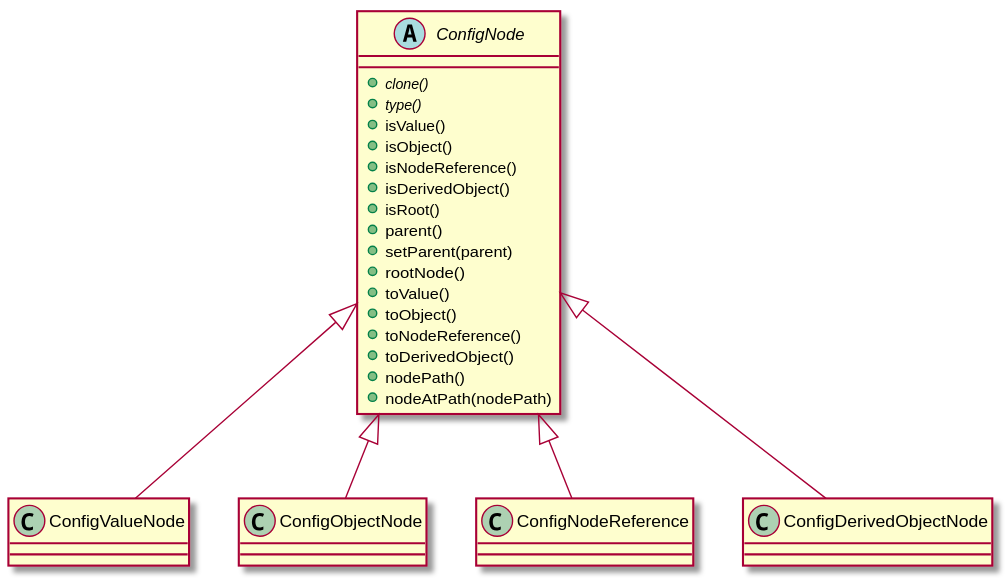
djurodrljaca/CppConfigFramework keeps this PlantUML diagram as docs/Diagrams/ClassDiagrams/ConfigNode.svg. Above is the earlier version. The source it was exported from:
```plantuml
@startuml ConfigNode
ConfigNode <|-- ConfigValueNode
ConfigNode <|-- ConfigObjectNode
ConfigNode <|-- ConfigNodeReference
ConfigNode <|-- ConfigDerivedObjectNode

abstract class ConfigNode {
    {abstract} +clone()
    {abstract} +type()
    +isValue()
    +isObject()
    +isNodeReference()
    +isDerivedObject()
    +isRoot()
    +parent()
    +setParent(parent)
    +rootNode()
    +toValue()
    +toObject()
    +toNodeReference()
    +toDerivedObject()
    +nodePath()
    +nodeAtPath(nodePath)
}
@enduml
```
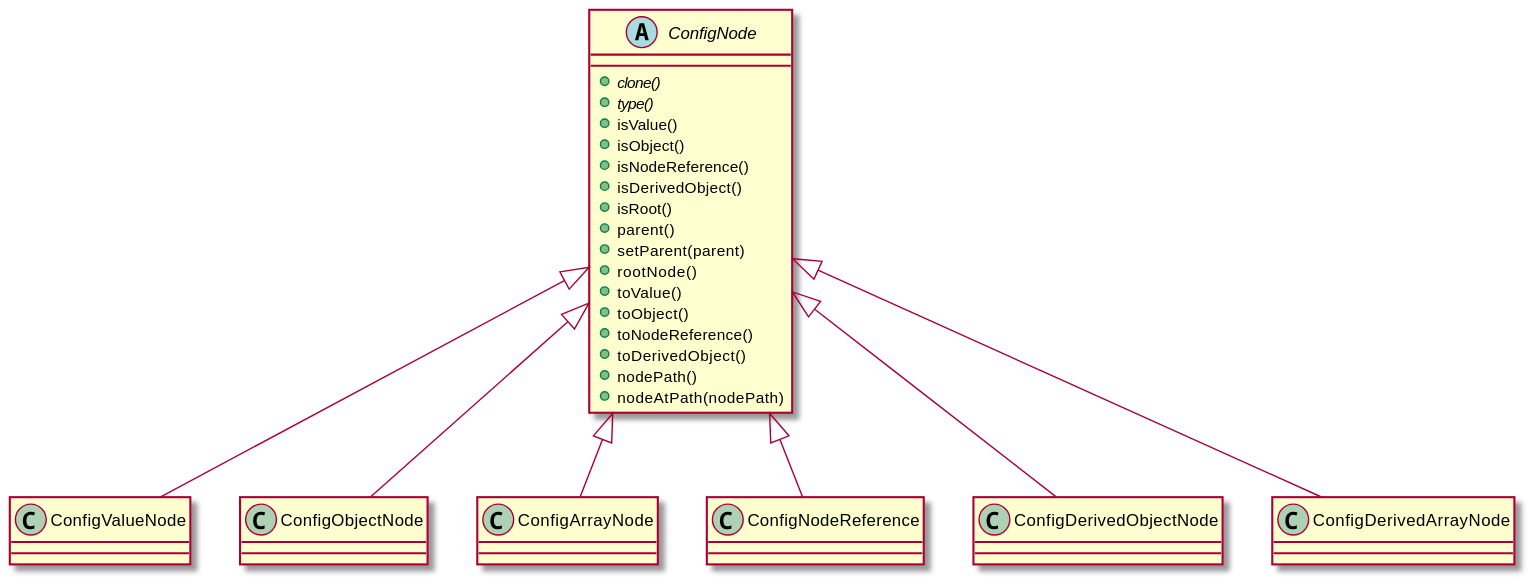
The same file after the commit.

Diff of the diagram source:
```diff
@@ -1,8 +1,10 @@
 @startuml ConfigNode
 ConfigNode <|-- ConfigValueNode
 ConfigNode <|-- ConfigObjectNode
+ConfigNode <|-- ConfigArrayNode
 ConfigNode <|-- ConfigNodeReference
 ConfigNode <|-- ConfigDerivedObjectNode
+ConfigNode <|-- ConfigDerivedArrayNode
 
 abstract class ConfigNode {
     {abstract} +clone()
```
